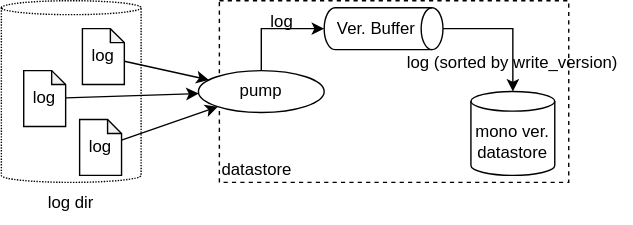
project-tsurugi/limestone keeps this draw.io diagram as docs/sync-process.drawio.svg. Above is the earlier version. Source tidied: cells renumbered, new cells last; positions are measured from the earlier drawing's top-left corner, leaving out a move shared by most shapes.
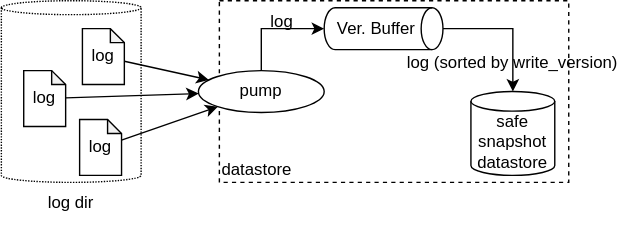
Later version of the same file.

The edit, as a diff of the source:
```diff
@@ -26,7 +26,7 @@
     <mxCell id="9" style="endArrow=classic;html=1;rounded=0;strokeWidth=1;" parent="1" edge="1" source="5" target="16">
       <mxGeometry relative="1" as="geometry" />
     </mxCell>
-    <mxCell id="10" value="mono ver.&lt;br&gt;datastore" style="shape=cylinder3;whiteSpace=wrap;html=1;boundedLbl=1;backgroundOutline=1;size=7;strokeWidth=1;" parent="1" vertex="1">
+    <mxCell id="10" value="safe&lt;br&gt;snapshot&lt;br&gt;datastore" style="shape=cylinder3;whiteSpace=wrap;html=1;boundedLbl=1;backgroundOutline=1;size=7;strokeWidth=1;" parent="1" vertex="1">
       <mxGeometry x="336" y="65" width="60" height="60" as="geometry" />
     </mxCell>
     <mxCell id="11" value="log (sorted by write_version)" style="text;html=1;strokeColor=none;fillColor=none;align=center;verticalAlign=middle;whiteSpace=wrap;rounded=0;" parent="1" vertex="1">
```
